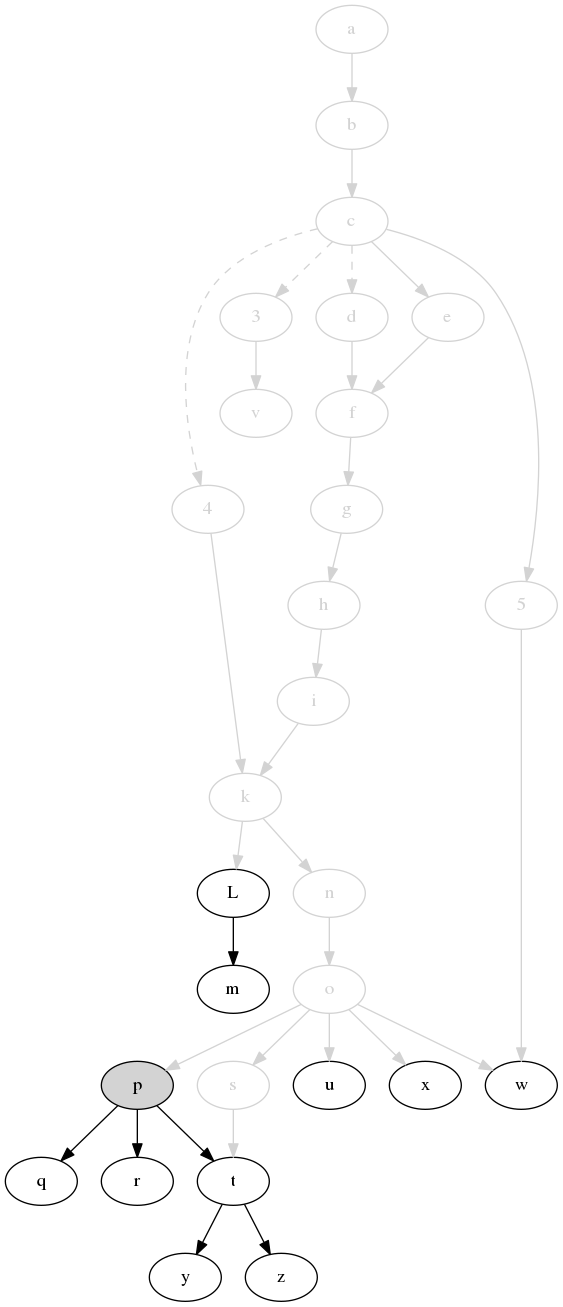
The Graphviz diagram svm-startup-deps.png in jdmpapin/svm-startup-deps, before a commit. Its source is kept beside it as svm-startup-deps.dot. Its diagram source:
```dot
digraph {

    4 [color=lightgrey,fontcolor=lightgrey];
    3 [color=lightgrey,fontcolor=lightgrey];
    a [color=lightgrey,fontcolor=lightgrey];
    b [color=lightgrey,fontcolor=lightgrey];
    c [color=lightgrey,fontcolor=lightgrey];
    d [color=lightgrey,fontcolor=lightgrey];
    e [color=lightgrey,fontcolor=lightgrey];
    f [color=lightgrey,fontcolor=lightgrey];
    g [color=lightgrey,fontcolor=lightgrey];
    h [color=lightgrey,fontcolor=lightgrey];
    i [color=lightgrey,fontcolor=lightgrey];
    k [color=lightgrey,fontcolor=lightgrey];
    L;
    m;
    5 [color=lightgrey,fontcolor=lightgrey];
    n [color=lightgrey,fontcolor=lightgrey];
    o [color=lightgrey,fontcolor=lightgrey];
    p [style=filled,fillcolor=lightgrey];
    q;
    r;
    s [color=lightgrey,fontcolor=lightgrey];
    t;
    u;
    v [color=lightgrey,fontcolor=lightgrey];
    w;
    x;
    y;
    z;

    4 -> k [color=lightgrey];
    c -> 4 [style=dashed,color=lightgrey];
    c -> 3 [style=dashed,color=lightgrey];
    c -> d [style=dashed,color=lightgrey];
    3 -> v [color=lightgrey];
    a -> b [color=lightgrey];
    b -> c [color=lightgrey];
    c -> e [color=lightgrey];
    c -> 5 [color=lightgrey];
    d -> f [color=lightgrey];
    e -> f [color=lightgrey];
    f -> g [color=lightgrey];
    g -> h [color=lightgrey];
    h -> i [color=lightgrey];
    i -> k [color=lightgrey];
    k -> L [color=lightgrey];
    L -> m;
    k -> n [color=lightgrey];
    n -> o [color=lightgrey];
    o -> p [color=lightgrey];
    p -> q;
    p -> r;
    o -> s [color=lightgrey];
    s -> t [color=lightgrey];
    p -> t;
    o -> u [color=lightgrey];
    5 -> w [color=lightgrey];
    o -> w [color=lightgrey];
    o -> x [color=lightgrey];
    t -> y;
    t -> z;
}
```
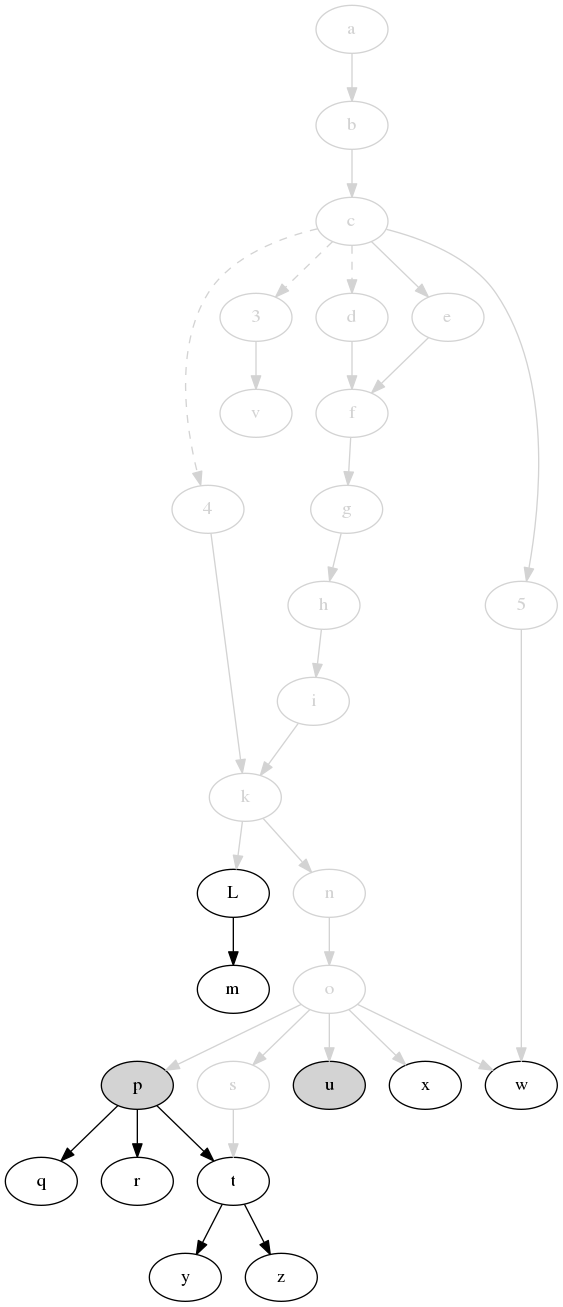
The same file after the commit.

Diff of the diagram source:
```diff
@@ -22,7 +22,7 @@
     r;
     s [color=lightgrey,fontcolor=lightgrey];
     t;
-    u;
+    u [style=filled,fillcolor=lightgrey];
     v [color=lightgrey,fontcolor=lightgrey];
     w;
     x;
```
